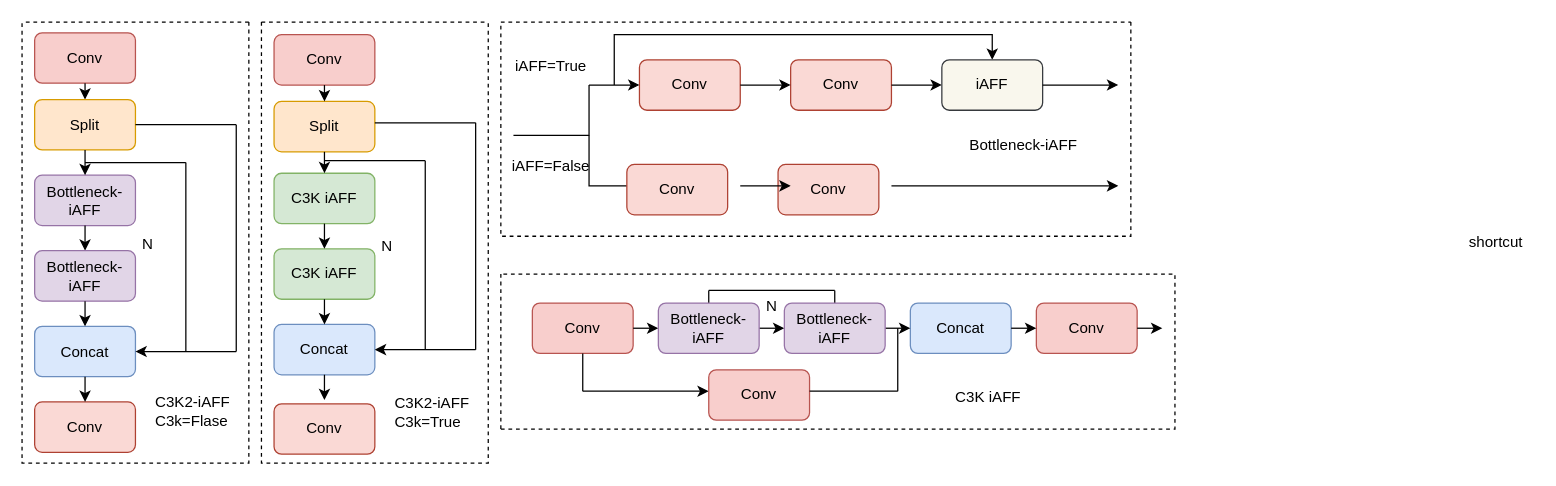
Before: C3K2-iAFF.drawio in lgq622/long, a draw.io diagram. Source tidied: cells renumbered, new cells numbered last; positions are measured from the earlier drawing's top-left corner, leaving out a move shared by most shapes. Both pictures are drawn from the tidied source at 126%, with x=0, y=0 at pixel (21, 21).
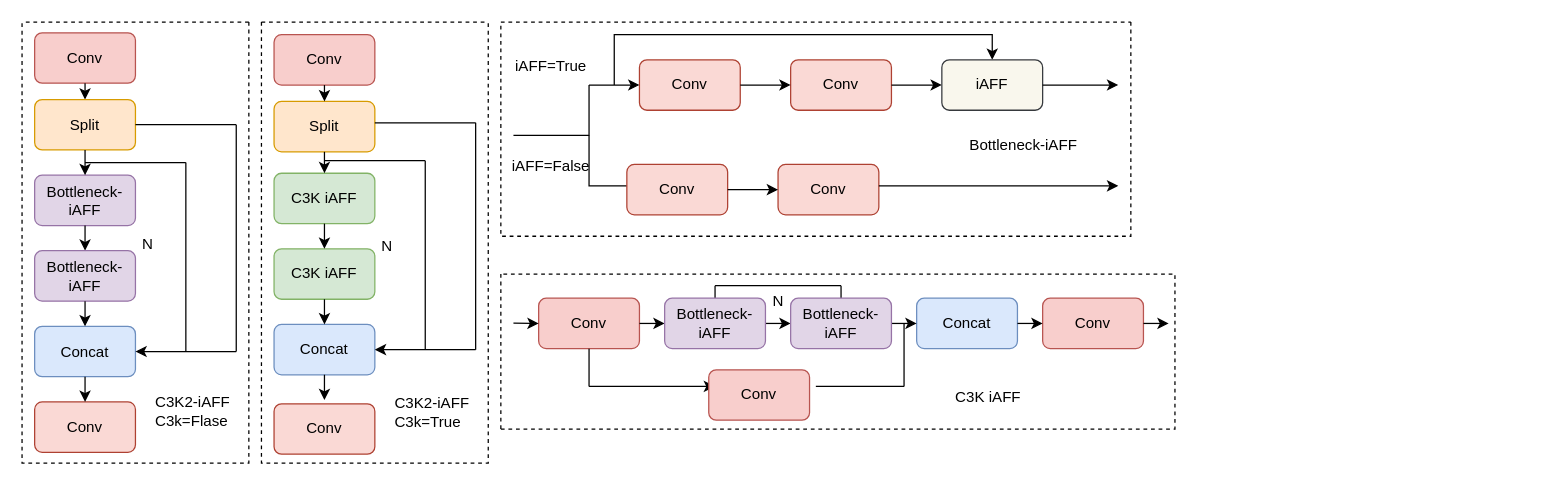
After the change.

Unchanged cells that the change refers to:
```xml
<mxCell id="70" value="Conv" style="rounded=1;whiteSpace=wrap;html=1;fillColor=#fad9d5;strokeColor=#ae4132;" parent="1" vertex="1">
  <mxGeometry x="480" y="113" width="80" height="40" as="geometry" />
</mxCell>
<mxCell id="71" value="Conv" style="rounded=1;whiteSpace=wrap;html=1;fillColor=#fad9d5;strokeColor=#ae4132;" parent="1" vertex="1">
  <mxGeometry x="600" y="113" width="80" height="40" as="geometry" />
</mxCell>
```

The edit, as a diff of the source:
```diff
@@
     <mxCell id="35" value="Conv" style="rounded=1;whiteSpace=wrap;html=1;fillColor=#f8cecc;strokeColor=#b85450;rotation=0;direction=east;" parent="1" vertex="1">
-      <mxGeometry x="405" y="223" width="80" height="40" as="geometry" />
+      <mxGeometry x="410" y="219.2" width="80" height="40" as="geometry" />
     </mxCell>
     <mxCell id="36" style="endArrow=classic;html=1;rounded=0;exitX=1;exitY=0.5;exitDx=0;exitDy=0;" parent="1" edge="1" source="35">
       <mxGeometry relative="1" as="geometry">
-        <mxPoint x="505" y="243" as="targetPoint" />
+        <mxPoint x="510" y="239.2" as="targetPoint" />
       </mxGeometry>
     </mxCell>
     <mxCell id="37" style="endArrow=classic;html=1;rounded=0;exitX=0;exitY=0.5;exitDx=0;exitDy=0;" parent="1" edge="1">
       <mxGeometry relative="1" as="geometry">
-        <mxPoint x="585" y="243" as="sourcePoint" />
-        <mxPoint x="605" y="243" as="targetPoint" />
+        <mxPoint x="590" y="239.2" as="sourcePoint" />
+        <mxPoint x="610" y="239.2" as="targetPoint" />
       </mxGeometry>
     </mxCell>
     <mxCell id="38" value="Concat" style="rounded=1;whiteSpace=wrap;html=1;fillColor=#dae8fc;strokeColor=#6c8ebf;" parent="1" vertex="1">
-      <mxGeometry x="705" y="223" width="80" height="40" as="geometry" />
+      <mxGeometry x="710" y="219.2" width="80" height="40" as="geometry" />
     </mxCell>
     <mxCell id="39" style="endArrow=classic;html=1;rounded=0;exitX=0;exitY=0.5;exitDx=0;exitDy=0;" parent="1" edge="1">
       <mxGeometry relative="1" as="geometry">
-        <mxPoint x="685" y="243" as="sourcePoint" />
-        <mxPoint x="705" y="243" as="targetPoint" />
+        <mxPoint x="690" y="239.2" as="sourcePoint" />
+        <mxPoint x="710" y="239.2" as="targetPoint" />
       </mxGeometry>
     </mxCell>
     <mxCell id="40" value="Conv" style="rounded=1;whiteSpace=wrap;html=1;fillColor=#f8cecc;strokeColor=#b85450;" parent="1" vertex="1">
-      <mxGeometry x="805" y="223" width="80" height="40" as="geometry" />
+      <mxGeometry x="810" y="219.2" width="80" height="40" as="geometry" />
     </mxCell>
     <mxCell id="41" style="endArrow=classic;html=1;rounded=0;exitX=1;exitY=0.5;exitDx=0;exitDy=0;" parent="1" edge="1" source="38">
       <mxGeometry relative="1" as="geometry">
-        <mxPoint x="805" y="243" as="targetPoint" />
+        <mxPoint x="810" y="239.2" as="targetPoint" />
       </mxGeometry>
     </mxCell>
     <mxCell id="42" style="endArrow=none;html=1;rounded=0;exitX=0.5;exitY=1;exitDx=0;exitDy=0;" parent="1" edge="1" source="35">
       <mxGeometry relative="1" as="geometry">
-        <mxPoint x="445" y="293" as="targetPoint" />
+        <mxPoint x="450" y="289.2" as="targetPoint" />
       </mxGeometry>
     </mxCell>
     <mxCell id="43" style="endArrow=classic;html=1;rounded=0;" parent="1" edge="1">
       <mxGeometry relative="1" as="geometry">
-        <mxPoint x="445" y="293" as="sourcePoint" />
-        <mxPoint x="545" y="293" as="targetPoint" />
+        <mxPoint x="450" y="289.2" as="sourcePoint" />
+        <mxPoint x="550" y="289.2" as="targetPoint" />
       </mxGeometry>
     </mxCell>
@@
     <mxCell id="45" style="endArrow=none;html=1;rounded=0;" parent="1" edge="1">
       <mxGeometry relative="1" as="geometry">
-        <mxPoint x="625" y="293" as="sourcePoint" />
-        <mxPoint x="695" y="293" as="targetPoint" />
+        <mxPoint x="630" y="289.2" as="sourcePoint" />
+        <mxPoint x="700" y="289.2" as="targetPoint" />
       </mxGeometry>
     </mxCell>
     <mxCell id="46" style="endArrow=none;html=1;rounded=0;" parent="1" edge="1">
       <mxGeometry relative="1" as="geometry">
-        <mxPoint x="695" y="293" as="sourcePoint" />
-        <mxPoint x="695" y="243" as="targetPoint" />
+        <mxPoint x="700" y="289.2" as="sourcePoint" />
+        <mxPoint x="700" y="239.2" as="targetPoint" />
       </mxGeometry>
     </mxCell>
     <mxCell id="47" style="endArrow=none;html=1;rounded=0;exitX=0.5;exitY=1;exitDx=0;exitDy=0;" parent="1" edge="1">
       <mxGeometry relative="1" as="geometry">
-        <mxPoint x="545" y="223" as="sourcePoint" />
-        <mxPoint x="545" y="213" as="targetPoint" />
+        <mxPoint x="550" y="219.2" as="sourcePoint" />
+        <mxPoint x="550" y="209.2" as="targetPoint" />
       </mxGeometry>
     </mxCell>
     <mxCell id="48" style="endArrow=none;html=1;rounded=0;" parent="1" edge="1">
       <mxGeometry relative="1" as="geometry">
-        <mxPoint x="545" y="213" as="sourcePoint" />
-        <mxPoint x="645" y="213" as="targetPoint" />
+        <mxPoint x="550" y="209.2" as="sourcePoint" />
+        <mxPoint x="650" y="209.2" as="targetPoint" />
       </mxGeometry>
     </mxCell>
     <mxCell id="49" style="endArrow=none;html=1;rounded=0;" parent="1" edge="1">
       <mxGeometry relative="1" as="geometry">
-        <mxPoint x="645" y="223" as="sourcePoint" />
-        <mxPoint x="645" y="213" as="targetPoint" />
+        <mxPoint x="650" y="219.2" as="sourcePoint" />
+        <mxPoint x="650" y="209.2" as="targetPoint" />
       </mxGeometry>
     </mxCell>
     <mxCell id="50" value="N" style="text;strokeColor=none;fillColor=none;align=left;verticalAlign=middle;spacingLeft=4;spacingRight=4;overflow=hidden;whiteSpace=wrap;html=1;" parent="1" vertex="1">
-      <mxGeometry x="585" y="213" width="40" height="25" as="geometry" />
+      <mxGeometry x="590" y="209.2" width="40" height="25" as="geometry" />
     </mxCell>
@@
     <mxCell id="52" style="endArrow=classic;html=1;rounded=0;exitX=1;exitY=0.5;exitDx=0;exitDy=0;" parent="1" edge="1" source="40">
       <mxGeometry relative="1" as="geometry">
-        <mxPoint x="905" y="243" as="targetPoint" />
+        <mxPoint x="910" y="239.2" as="targetPoint" />
       </mxGeometry>
     </mxCell>
@@
-    <mxCell id="58" value="shortcut" style="text;html=1;align=center;verticalAlign=middle;whiteSpace=wrap;rounded=0;" parent="1" vertex="1">
-      <mxGeometry x="1140" y="160" width="60" height="30" as="geometry" />
-    </mxCell>
@@
     <mxCell id="64" value="Bottleneck-iAFF" style="rounded=1;whiteSpace=wrap;html=1;fillColor=#e1d5e7;strokeColor=#9673a6;" parent="1" vertex="1">
-      <mxGeometry x="505" y="223" width="80" height="40" as="geometry" />
+      <mxGeometry x="510" y="219.2" width="80" height="40" as="geometry" />
     </mxCell>
     <mxCell id="65" value="Bottleneck-iAFF" style="rounded=1;whiteSpace=wrap;html=1;fillColor=#e1d5e7;strokeColor=#9673a6;" parent="1" vertex="1">
-      <mxGeometry x="605" y="223" width="80" height="40" as="geometry" />
+      <mxGeometry x="610" y="219.2" width="80" height="40" as="geometry" />
     </mxCell>
@@
-    <mxCell id="72" style="endArrow=classic;html=1;rounded=0;exitX=1;exitY=0.5;exitDx=0;exitDy=0;entryX=0;entryY=0.5;entryDx=0;entryDy=0;" parent="1" edge="1">
+    <mxCell id="72" style="endArrow=classic;html=1;rounded=0;exitX=1;exitY=0.5;exitDx=0;exitDy=0;" parent="1" edge="1" source="70">
       <mxGeometry relative="1" as="geometry">
-        <mxPoint x="570" y="130" as="sourcePoint" />
-        <mxPoint x="610" y="130" as="targetPoint" />
+        <mxPoint x="600" y="133" as="targetPoint" />
       </mxGeometry>
     </mxCell>
-    <mxCell id="73" style="endArrow=classic;html=1;rounded=0;exitX=1;exitY=0.5;exitDx=0;exitDy=0;" parent="1" edge="1">
+    <mxCell id="73" style="endArrow=classic;html=1;rounded=0;exitX=1;exitY=0.425;exitDx=0;exitDy=0;exitPerimeter=0;" parent="1" edge="1" source="71">
       <mxGeometry relative="1" as="geometry">
-        <mxPoint x="690" y="130" as="sourcePoint" />
         <mxPoint x="870" y="130" as="targetPoint" />
       </mxGeometry>
     </mxCell>
@@
+    <mxCell id="84" style="endArrow=classic;html=1;rounded=0;entryX=0;entryY=0.5;entryDx=0;entryDy=0;" parent="1" edge="1" target="35">
+      <mxGeometry relative="1" as="geometry">
+        <mxPoint x="390" y="239" as="sourcePoint" />
+      </mxGeometry>
+    </mxCell>
```
